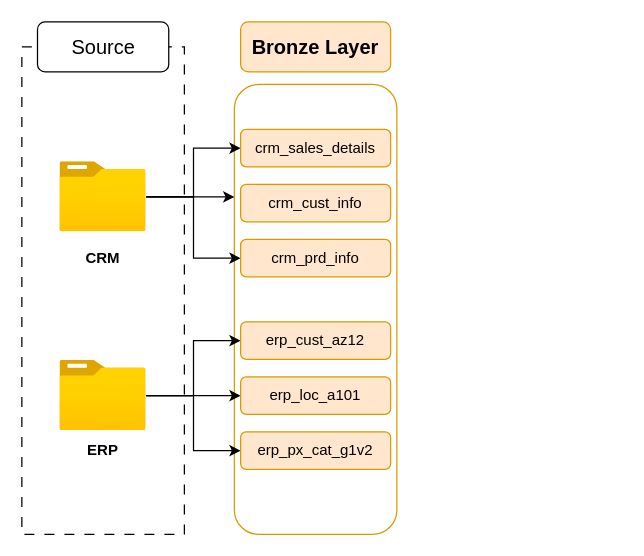
The draw.io diagram docs/data_lineage.drawio in Clara690/sql-data-warehouse, before the edit. Source tidied: cells renumbered, new cells numbered last; positions are measured from the earlier drawing's top-left corner, leaving out a move shared by most shapes. Both pictures are drawn from the tidied source at 125%, with x=0, y=0 at pixel (21, 21).
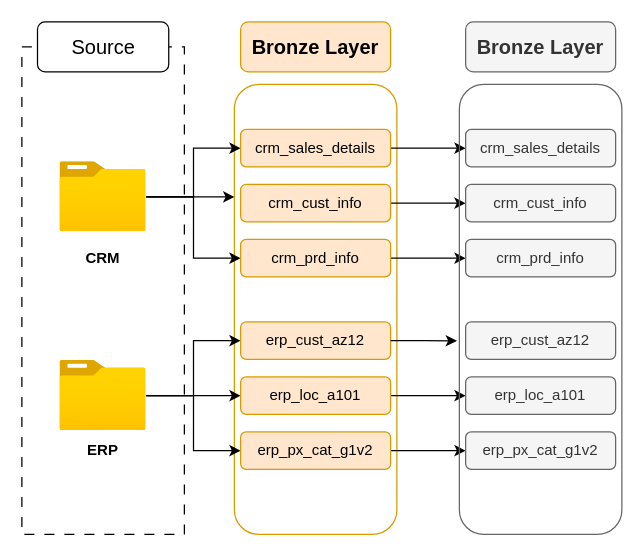
The same page after the edit.

Unchanged cells that the change refers to:
```xml
<mxCell id="16" value="crm_sales_details" style="rounded=1;whiteSpace=wrap;html=1;fillColor=#ffe6cc;strokeColor=#d79b00;" parent="1" vertex="1">
  <mxGeometry x="175" y="86" width="120" height="30" as="geometry" />
</mxCell>
<mxCell id="17" value="crm_cust_info" style="rounded=1;whiteSpace=wrap;html=1;fillColor=#ffe6cc;strokeColor=#d79b00;" parent="1" vertex="1">
  <mxGeometry x="175" y="130" width="120" height="30" as="geometry" />
</mxCell>
<mxCell id="18" value="crm_prd_info" style="rounded=1;whiteSpace=wrap;html=1;fillColor=#ffe6cc;strokeColor=#d79b00;" parent="1" vertex="1">
  <mxGeometry x="175" y="174" width="120" height="30" as="geometry" />
</mxCell>
<mxCell id="19" value="erp_cust_az12" style="rounded=1;whiteSpace=wrap;html=1;fillColor=#ffe6cc;strokeColor=#d79b00;" parent="1" vertex="1">
  <mxGeometry x="175" y="240" width="120" height="30" as="geometry" />
</mxCell>
<mxCell id="20" value="erp_loc_a101" style="rounded=1;whiteSpace=wrap;html=1;fillColor=#ffe6cc;strokeColor=#d79b00;" parent="1" vertex="1">
  <mxGeometry x="175" y="284" width="120" height="30" as="geometry" />
</mxCell>
<mxCell id="21" value="erp_px_cat_g1v2" style="rounded=1;whiteSpace=wrap;html=1;fillColor=#ffe6cc;strokeColor=#d79b00;" parent="1" vertex="1">
  <mxGeometry x="175" y="328" width="120" height="30" as="geometry" />
</mxCell>
```

Change to the diagram source:
```diff
@@
+    <mxCell id="22" style="edgeStyle=orthogonalEdgeStyle;rounded=0;jettySize=auto;html=1;entryX=0;entryY=0.5;entryDx=0;entryDy=0;" parent="1" edge="1" source="16" target="29">
+      <mxGeometry relative="1" as="geometry" />
+    </mxCell>
@@
+    <mxCell id="23" style="edgeStyle=orthogonalEdgeStyle;rounded=0;jettySize=auto;html=1;exitX=1;exitY=0.5;exitDx=0;exitDy=0;entryX=0;entryY=0.5;entryDx=0;entryDy=0;" parent="1" edge="1" source="17" target="30">
+      <mxGeometry relative="1" as="geometry" />
+    </mxCell>
@@
+    <mxCell id="24" style="edgeStyle=orthogonalEdgeStyle;rounded=0;jettySize=auto;html=1;entryX=0;entryY=0.5;entryDx=0;entryDy=0;" parent="1" edge="1" source="18" target="31">
+      <mxGeometry relative="1" as="geometry" />
+    </mxCell>
@@
+    <mxCell id="25" style="edgeStyle=orthogonalEdgeStyle;rounded=0;jettySize=auto;html=1;entryX=0;entryY=0.5;entryDx=0;entryDy=0;" parent="1" edge="1" source="20" target="33">
+      <mxGeometry relative="1" as="geometry" />
+    </mxCell>
@@
+    <mxCell id="26" style="edgeStyle=orthogonalEdgeStyle;rounded=0;jettySize=auto;html=1;" parent="1" edge="1" source="21" target="34">
+      <mxGeometry relative="1" as="geometry" />
+    </mxCell>
@@
+    <mxCell id="27" style="rounded=1;whiteSpace=wrap;html=1;fillColor=none;strokeColor=#666666;fontColor=#333333;" parent="1" vertex="1">
+      <mxGeometry x="350" y="50" width="130" height="360" as="geometry" />
+    </mxCell>
+    <mxCell id="28" value="&lt;font style=&quot;font-size: 16px;&quot;&gt;&lt;b&gt;Bronze Layer&lt;/b&gt;&lt;/font&gt;" style="rounded=1;whiteSpace=wrap;html=1;fillColor=#f5f5f5;strokeColor=#666666;fontColor=#333333;" parent="1" vertex="1">
+      <mxGeometry x="355" width="120" height="40" as="geometry" />
+    </mxCell>
+    <mxCell id="29" value="crm_sales_details" style="rounded=1;whiteSpace=wrap;html=1;fillColor=#f5f5f5;strokeColor=#666666;fontColor=#333333;" parent="1" vertex="1">
+      <mxGeometry x="355" y="86" width="120" height="30" as="geometry" />
+    </mxCell>
+    <mxCell id="30" value="crm_cust_info" style="rounded=1;whiteSpace=wrap;html=1;fillColor=#f5f5f5;strokeColor=#666666;fontColor=#333333;" parent="1" vertex="1">
+      <mxGeometry x="355" y="130" width="120" height="30" as="geometry" />
+    </mxCell>
+    <mxCell id="31" value="crm_prd_info" style="rounded=1;whiteSpace=wrap;html=1;fillColor=#f5f5f5;strokeColor=#666666;fontColor=#333333;" parent="1" vertex="1">
+      <mxGeometry x="355" y="174" width="120" height="30" as="geometry" />
+    </mxCell>
+    <mxCell id="32" value="erp_cust_az12" style="rounded=1;whiteSpace=wrap;html=1;fillColor=#f5f5f5;strokeColor=#666666;fontColor=#333333;" parent="1" vertex="1">
+      <mxGeometry x="355" y="240" width="120" height="30" as="geometry" />
+    </mxCell>
+    <mxCell id="33" value="erp_loc_a101" style="rounded=1;whiteSpace=wrap;html=1;fillColor=#f5f5f5;strokeColor=#666666;fontColor=#333333;" parent="1" vertex="1">
+      <mxGeometry x="355" y="284" width="120" height="30" as="geometry" />
+    </mxCell>
+    <mxCell id="34" value="erp_px_cat_g1v2" style="rounded=1;whiteSpace=wrap;html=1;fillColor=#f5f5f5;strokeColor=#666666;fontColor=#333333;" parent="1" vertex="1">
+      <mxGeometry x="355" y="328" width="120" height="30" as="geometry" />
+    </mxCell>
+    <mxCell id="35" style="edgeStyle=orthogonalEdgeStyle;rounded=0;jettySize=auto;html=1;entryX=-0.015;entryY=0.57;entryDx=0;entryDy=0;entryPerimeter=0;" parent="1" edge="1" source="19" target="27">
+      <mxGeometry relative="1" as="geometry" />
+    </mxCell>
```
